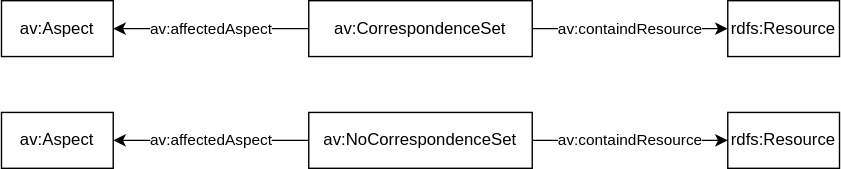
Before: correspondenceGraph.svg, a diagram exported from draw.io (fusion-jena/abecto-vocabulary). Source tidied: cells renumbered, new cells last; positions are measured from the earlier drawing's top-left corner, leaving out a move shared by most shapes. The source it was exported from:
```xml
<mxGraphModel>
  <root>
    <mxCell id="0" />
    <mxCell id="1" parent="0" />
    <mxCell id="2" value="av:CorrespondenceSet" style="whiteSpace=wrap;html=1;" parent="1" vertex="1">
      <mxGeometry x="220" width="160" height="40" as="geometry" />
    </mxCell>
    <mxCell id="3" value="av:NoCorrespondenceSet" style="whiteSpace=wrap;html=1;" parent="1" vertex="1">
      <mxGeometry x="220" y="80" width="160" height="40" as="geometry" />
    </mxCell>
    <mxCell id="4" value="av:affectedAspect" style="edgeStyle=none;rounded=0;jettySize=auto;html=1;" parent="1" edge="1" source="2" target="5">
      <mxGeometry relative="1" as="geometry" />
    </mxCell>
    <mxCell id="5" value="av:Aspect" style="whiteSpace=wrap;html=1;" parent="1" vertex="1">
      <mxGeometry width="80" height="40" as="geometry" />
    </mxCell>
    <mxCell id="6" value="rdfs:Resource" style="whiteSpace=wrap;html=1;" parent="1" vertex="1">
      <mxGeometry x="520" width="80" height="40" as="geometry" />
    </mxCell>
    <mxCell id="7" value="av:containdResource" style="edgeStyle=none;rounded=0;jettySize=auto;html=1;" parent="1" edge="1" source="2" target="6">
      <mxGeometry relative="1" as="geometry" />
    </mxCell>
    <mxCell id="8" value="av:affectedAspect" style="edgeStyle=none;rounded=0;jettySize=auto;html=1;" parent="1" edge="1" source="3" target="9">
      <mxGeometry relative="1" as="geometry" />
    </mxCell>
    <mxCell id="9" value="av:Aspect" style="whiteSpace=wrap;html=1;" parent="1" vertex="1">
      <mxGeometry y="80" width="80" height="40" as="geometry" />
    </mxCell>
    <mxCell id="10" value="rdfs:Resource" style="whiteSpace=wrap;html=1;" parent="1" vertex="1">
      <mxGeometry x="520" y="80" width="80" height="40" as="geometry" />
    </mxCell>
    <mxCell id="11" value="av:containdResource" style="edgeStyle=none;rounded=0;jettySize=auto;html=1;" parent="1" edge="1" source="3" target="10">
      <mxGeometry relative="1" as="geometry" />
    </mxCell>
  </root>
</mxGraphModel>
```
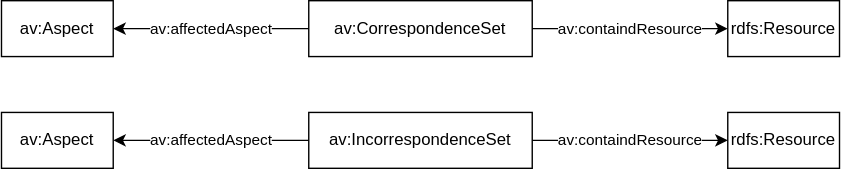
After the commit.

Commit message:
finish schema draft, first RDF statements

The edit, as a diff of the source:
```diff
@@ -5,7 +5,7 @@
     <mxCell id="2" value="av:CorrespondenceSet" style="whiteSpace=wrap;html=1;" parent="1" vertex="1">
       <mxGeometry x="220" width="160" height="40" as="geometry" />
     </mxCell>
-    <mxCell id="3" value="av:NoCorrespondenceSet" style="whiteSpace=wrap;html=1;" parent="1" vertex="1">
+    <mxCell id="3" value="av:IncorrespondenceSet" style="whiteSpace=wrap;html=1;" parent="1" vertex="1">
       <mxGeometry x="220" y="80" width="160" height="40" as="geometry" />
     </mxCell>
     <mxCell id="4" value="av:affectedAspect" style="edgeStyle=none;rounded=0;jettySize=auto;html=1;" parent="1" edge="1" source="2" target="5">
```
